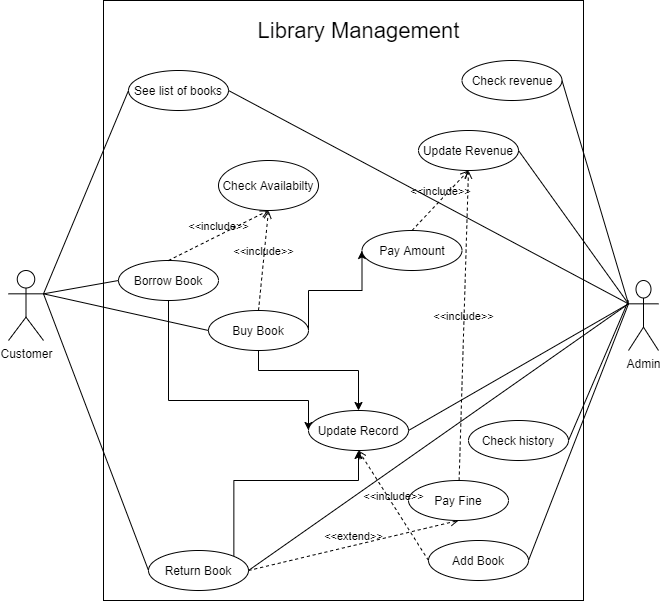
Before: Library/control-flows/Case Diagram.png, a diagram exported from draw.io (adarsh-kishore786/IT-Project). Source tidied: cells renumbered, new cells last; positions are measured from the earlier drawing's top-left corner, leaving out a move shared by most shapes.
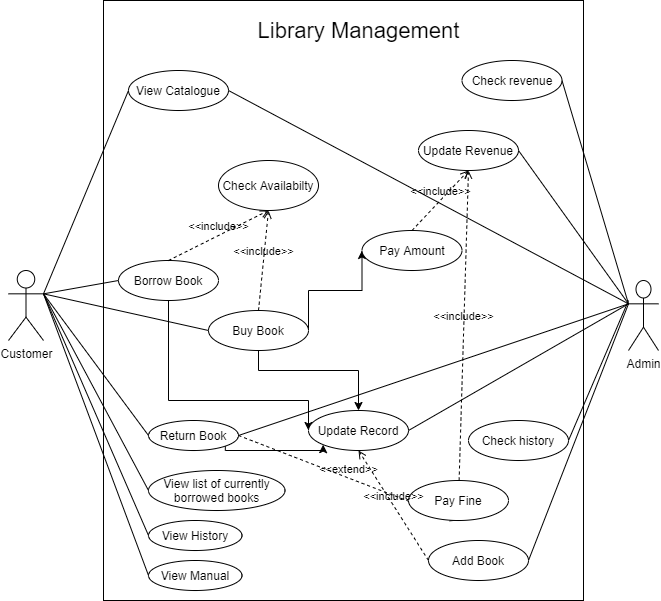
The same file after the commit.

Change to the diagram source:
```diff
@@ -37,16 +37,18 @@
     <mxCell id="9" value="Buy Book" style="ellipse;whiteSpace=wrap;html=1;" parent="1" vertex="1">
       <mxGeometry x="200" y="310" width="100" height="40" as="geometry" />
     </mxCell>
-    <mxCell id="10" style="edgeStyle=elbowEdgeStyle;rounded=0;jettySize=auto;elbow=vertical;html=1;exitX=1;exitY=1;exitDx=0;exitDy=0;entryX=0.5;entryY=1;entryDx=0;entryDy=0;" parent="1" edge="1" source="11" target="27">
+    <mxCell id="10" style="edgeStyle=elbowEdgeStyle;rounded=0;jettySize=auto;elbow=vertical;html=1;exitX=1;exitY=1;exitDx=0;exitDy=0;entryX=0;entryY=1;entryDx=0;entryDy=0;" parent="1" edge="1" source="11" target="27">
       <mxGeometry relative="1" as="geometry">
         <Array as="points">
+          <mxPoint x="290" y="450" />
+          <mxPoint x="240" y="450" />
           <mxPoint x="290" y="480" />
           <mxPoint x="350" y="440" />
         </Array>
       </mxGeometry>
     </mxCell>
     <mxCell id="11" value="Return Book" style="ellipse;whiteSpace=wrap;html=1;" parent="1" vertex="1">
-      <mxGeometry x="140" y="550" width="100" height="40" as="geometry" />
+      <mxGeometry x="140" y="420" width="90" height="30" as="geometry" />
     </mxCell>
     <mxCell id="12" style="endArrow=none;html=1;rounded=0;entryX=0;entryY=0.5;entryDx=0;entryDy=0;exitX=1;exitY=0.3333333333333333;exitDx=0;exitDy=0;exitPerimeter=0;" parent="1" edge="1" source="2" target="9">
       <mxGeometry relative="1" as="geometry" />
@@ -63,7 +65,7 @@
     <mxCell id="16" value="&lt;font style=&quot;font-size: 22px&quot;&gt;Library Management&lt;/font&gt;" style="text;html=1;strokeColor=none;fillColor=none;align=center;verticalAlign=middle;whiteSpace=wrap;rounded=0;" parent="1" vertex="1">
       <mxGeometry x="246.5" width="207" height="60" as="geometry" />
     </mxCell>
-    <mxCell id="17" value="See list of books" style="ellipse;whiteSpace=wrap;html=1;" parent="1" vertex="1">
+    <mxCell id="17" value="View Catalogue" style="ellipse;whiteSpace=wrap;html=1;" parent="1" vertex="1">
       <mxGeometry x="120" y="70" width="100" height="40" as="geometry" />
     </mxCell>
     <mxCell id="18" style="endArrow=none;html=1;rounded=0;entryX=0;entryY=0.5;entryDx=0;entryDy=0;exitX=1;exitY=0.3333333333333333;exitDx=0;exitDy=0;exitPerimeter=0;" parent="1" edge="1" source="2" target="17">
@@ -134,5 +136,23 @@
     <mxCell id="39" value="&amp;lt;&amp;lt;include&amp;gt;&amp;gt;" style="html=1;verticalAlign=bottom;labelBackgroundColor=none;endArrow=open;endFill=0;dashed=1;exitX=0;exitY=0.5;exitDx=0;exitDy=0;entryX=0.5;entryY=1;entryDx=0;entryDy=0;" parent="1" edge="1" source="37" target="27">
       <mxGeometry relative="1" as="geometry" />
     </mxCell>
+    <mxCell id="40" value="View History" style="ellipse;whiteSpace=wrap;html=1;" parent="1" vertex="1">
+      <mxGeometry x="140" y="520" width="93.5" height="30" as="geometry" />
+    </mxCell>
+    <mxCell id="41" style="endArrow=none;html=1;entryX=1;entryY=0.3333333333333333;entryDx=0;entryDy=0;entryPerimeter=0;exitX=0;exitY=0.5;exitDx=0;exitDy=0;" parent="1" edge="1" source="40" target="2">
+      <mxGeometry relative="1" as="geometry" />
+    </mxCell>
+    <mxCell id="42" value="View list of currently borrowed books" style="ellipse;whiteSpace=wrap;html=1;" parent="1" vertex="1">
+      <mxGeometry x="140" y="470" width="136.5" height="40" as="geometry" />
+    </mxCell>
+    <mxCell id="43" style="endArrow=none;html=1;exitX=0;exitY=0.5;exitDx=0;exitDy=0;entryX=1;entryY=0.3333333333333333;entryDx=0;entryDy=0;entryPerimeter=0;" parent="1" edge="1" source="42" target="2">
+      <mxGeometry relative="1" as="geometry" />
+    </mxCell>
+    <mxCell id="44" value="View Manual" style="ellipse;whiteSpace=wrap;html=1;" parent="1" vertex="1">
+      <mxGeometry x="140" y="560" width="93.5" height="30" as="geometry" />
+    </mxCell>
+    <mxCell id="45" style="endArrow=none;html=1;exitX=0;exitY=0.5;exitDx=0;exitDy=0;entryX=1;entryY=0.3333333333333333;entryDx=0;entryDy=0;entryPerimeter=0;" parent="1" edge="1" source="44" target="2">
+      <mxGeometry relative="1" as="geometry" />
+    </mxCell>
   </root>
 </mxGraphModel>
```
